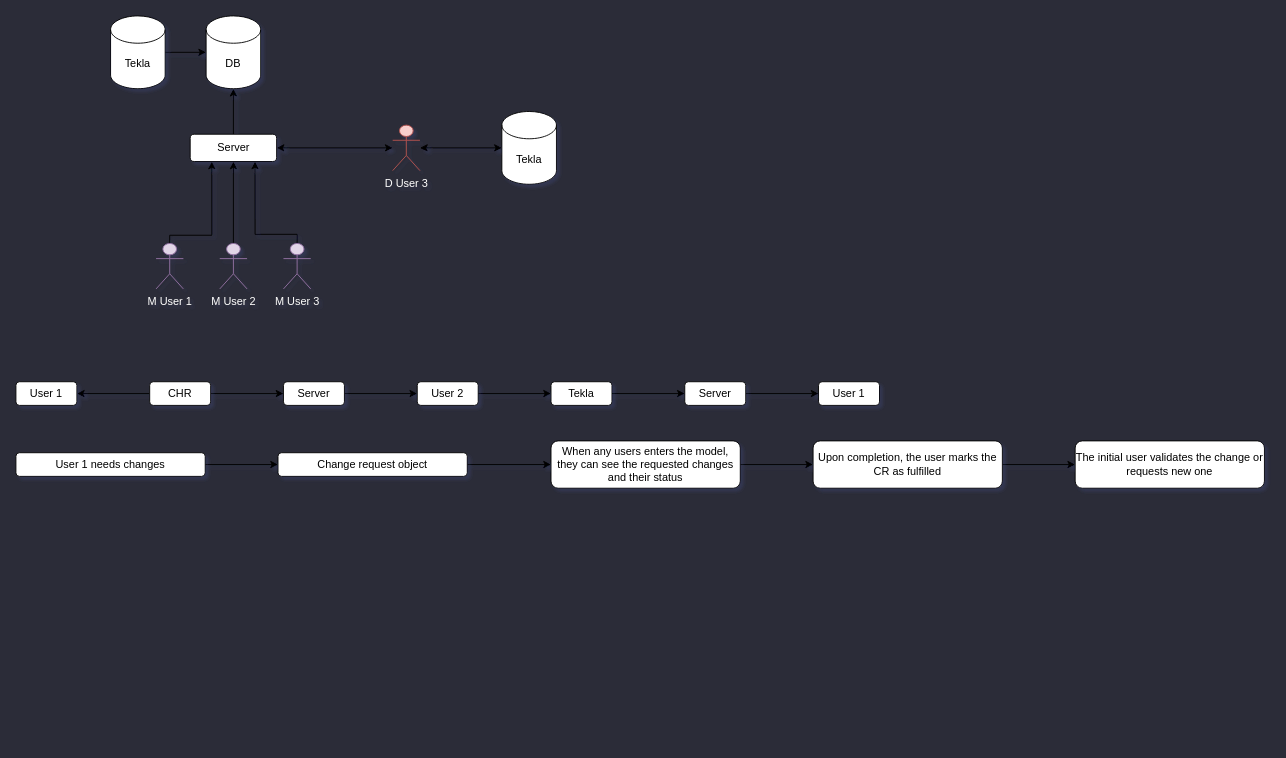
Before: Untitled Diagram.drawio in claudiu-deving/claudiu-deving, a draw.io diagram. Source tidied: cells renumbered, new cells numbered last; positions are measured from the earlier drawing's top-left corner, leaving out a move shared by most shapes. Both pictures are drawn from the tidied source at 91%, with x=0, y=0 at pixel (15, 15).
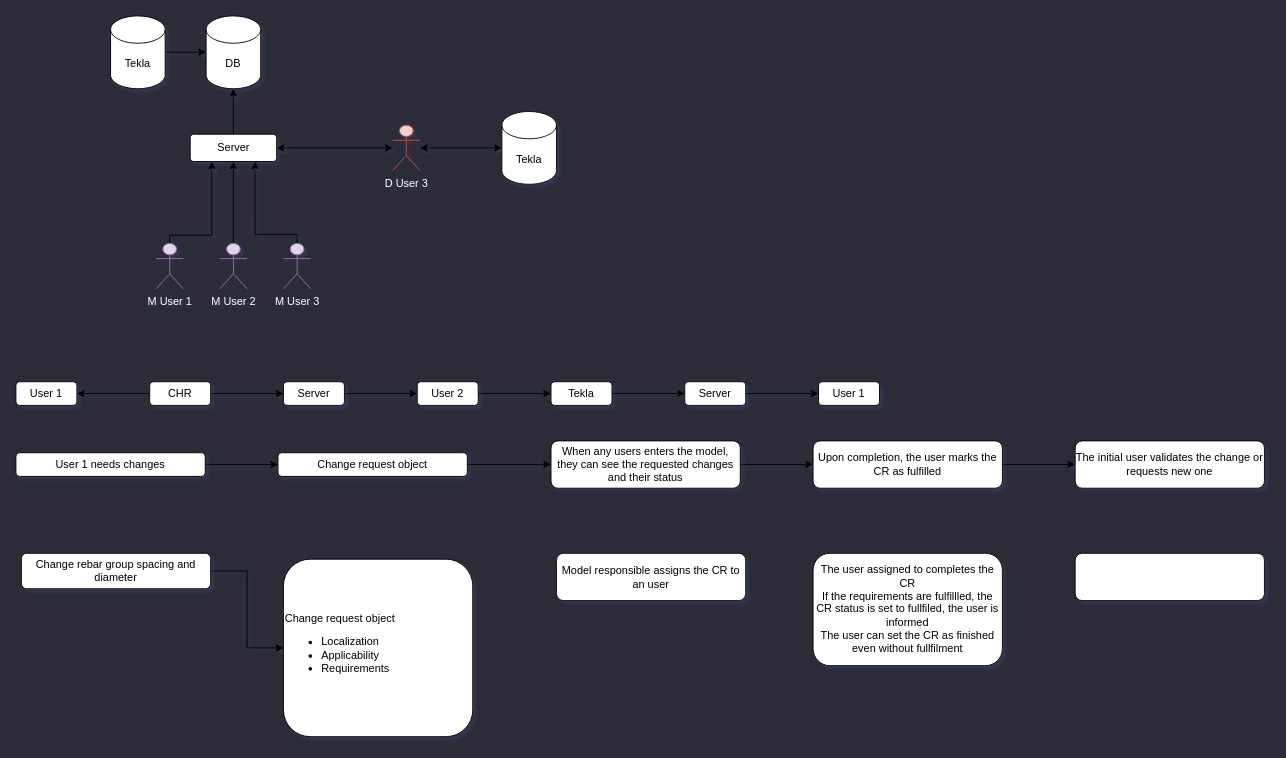
After the change.

What changed in the source:
```diff
@@
+    <mxCell id="39" style="edgeStyle=orthogonalEdgeStyle;rounded=0;jettySize=auto;html=1;entryX=0;entryY=0.5;entryDx=0;entryDy=0;" parent="1" edge="1" source="40" target="41">
+      <mxGeometry relative="1" as="geometry" />
+    </mxCell>
+    <mxCell id="40" value="Change rebar group spacing and diameter" style="rounded=1;whiteSpace=wrap;html=1;" parent="1" vertex="1">
+      <mxGeometry x="6" y="590.5" width="208" height="39" as="geometry" />
+    </mxCell>
+    <mxCell id="41" value="&lt;div align=&quot;left&quot;&gt;Change request object&lt;/div&gt;&lt;div&gt;&lt;ul&gt;&lt;li&gt;Localization&lt;/li&gt;&lt;li&gt;Applicability&lt;/li&gt;&lt;li&gt;Requirements&lt;/li&gt;&lt;/ul&gt;&lt;/div&gt;" style="rounded=1;whiteSpace=wrap;html=1;align=left;" parent="1" vertex="1">
+      <mxGeometry x="294" y="597" width="208" height="195" as="geometry" />
+    </mxCell>
+    <mxCell id="42" value="Model responsible assigns the CR to an user" style="rounded=1;whiteSpace=wrap;html=1;" parent="1" vertex="1">
+      <mxGeometry x="594" y="590.5" width="208" height="52" as="geometry" />
+    </mxCell>
+    <mxCell id="43" value="&lt;div&gt;The user assigned to completes the CR&lt;/div&gt;&lt;div&gt;If the requirements are fulfillled, the CR status is set to fullfiled, the user is informed&lt;/div&gt;&lt;div&gt;The user can set the CR as finished even without fullfilment&lt;br&gt;&lt;/div&gt;" style="rounded=1;whiteSpace=wrap;html=1;" parent="1" vertex="1">
+      <mxGeometry x="876" y="590.5" width="208" height="123.5" as="geometry" />
+    </mxCell>
+    <mxCell id="44" style="rounded=1;whiteSpace=wrap;html=1;" parent="1" vertex="1">
+      <mxGeometry x="1164" y="590.5" width="208" height="52" as="geometry" />
+    </mxCell>
```
